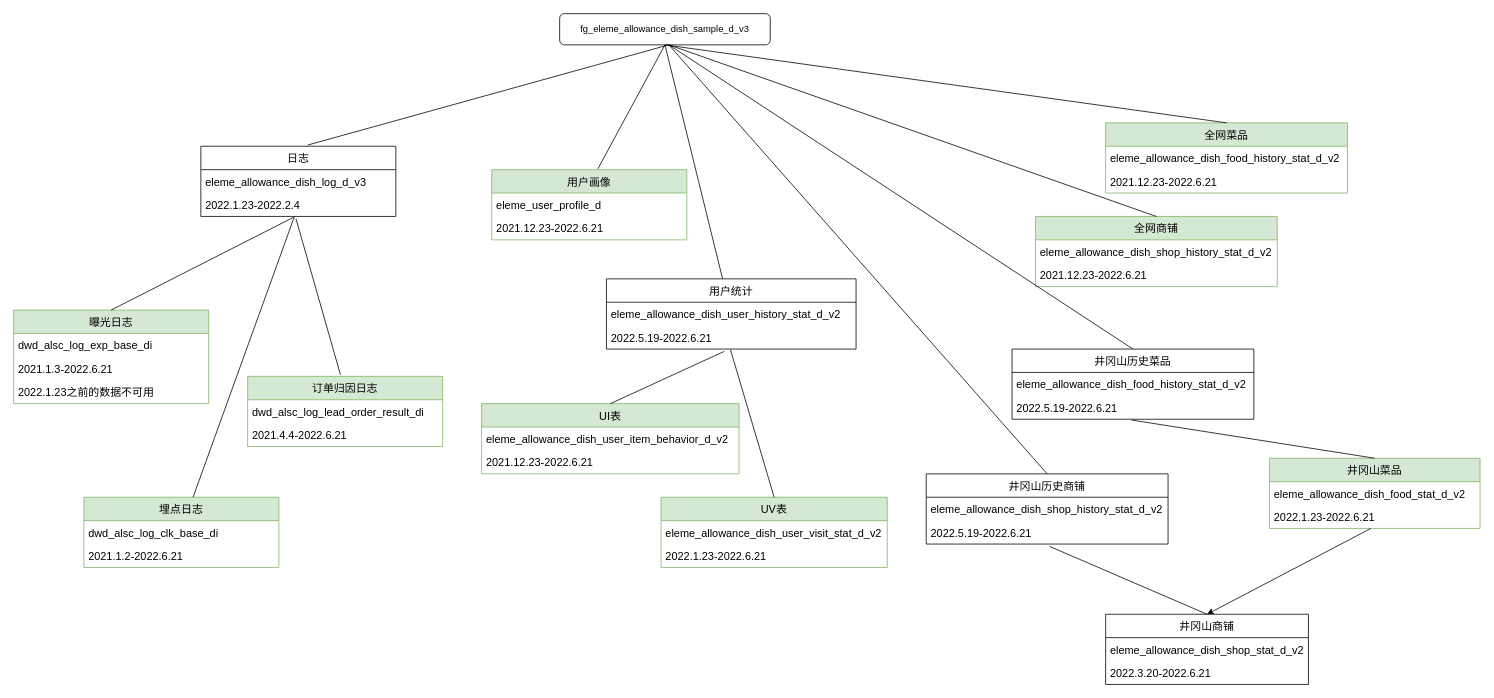
Before: Untitled Diagram.drawio in Xiaohu-D/-, a draw.io diagram. Source tidied: cells renumbered, new cells numbered last; positions are measured from the earlier drawing's top-left corner, leaving out a move shared by most shapes. Both pictures are drawn from the tidied source at 78%, with x=0, y=0 at pixel (13, 13).
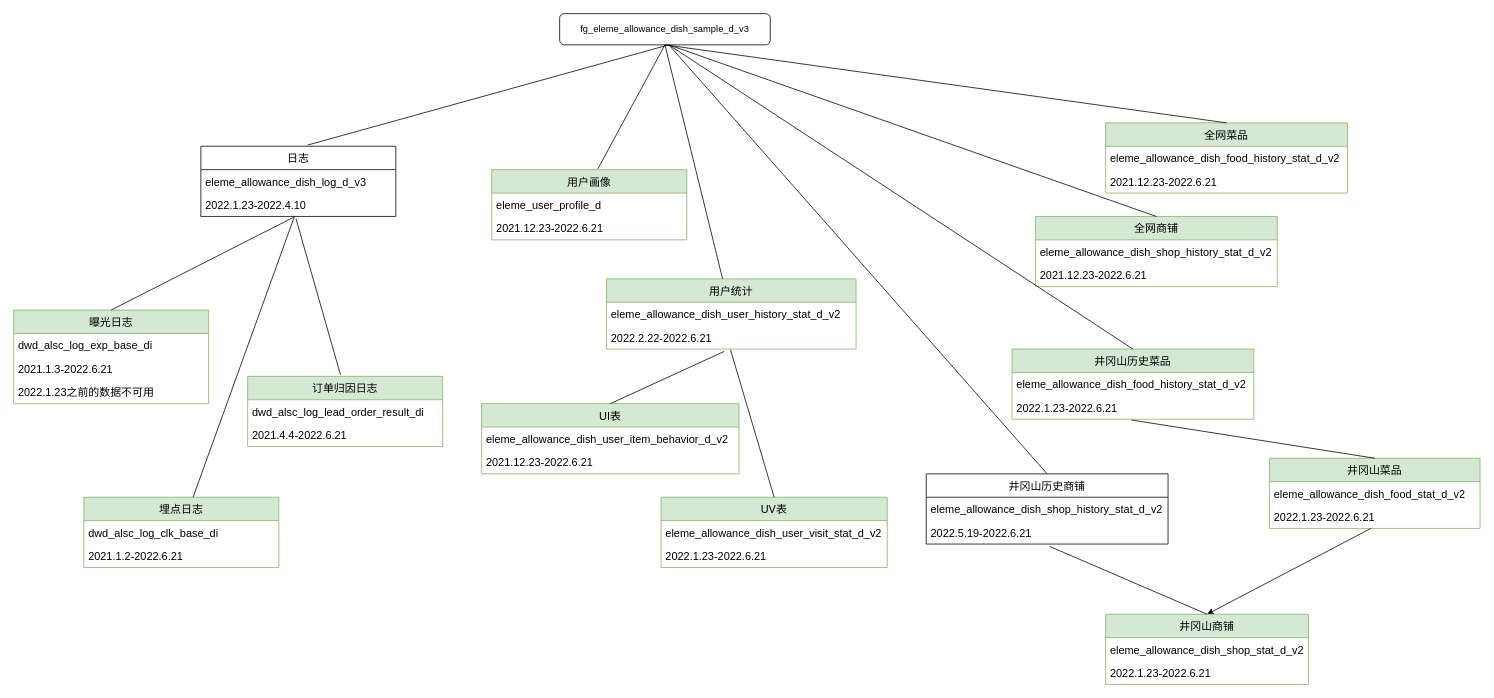
After the change.

The change refers to these unchanged cells:
```xml
<mxCell id="3" value="日志" style="swimlane;fontStyle=0;horizontal=1;startSize=30;fontSize=14;" parent="1" vertex="1">
  <mxGeometry x="240" y="170" width="250" height="90" as="geometry" />
</mxCell>
```

The edit, as a diff of the source:
```diff
@@
-    <mxCell id="5" value="2022.1.23-2022.2.4" style="text;strokeColor=none;fillColor=none;align=left;verticalAlign=middle;spacingLeft=4;spacingRight=4;overflow=hidden;points=[[0,0.5],[1,0.5]];portConstraint=eastwest;fontSize=14;" parent="3" vertex="1">
+    <mxCell id="5" value="2022.1.23-2022.4.10" style="text;strokeColor=none;fillColor=none;align=left;verticalAlign=middle;spacingLeft=4;spacingRight=4;overflow=hidden;points=[[0,0.5],[1,0.5]];portConstraint=eastwest;fontSize=14;" parent="3" vertex="1">
       <mxGeometry y="60" width="250" height="30" as="geometry" />
     </mxCell>
-    <mxCell id="6" value="井冈山历史菜品" style="swimlane;fontStyle=0;horizontal=1;startSize=30;fontSize=14;" parent="1" vertex="1">
+    <mxCell id="6" value="井冈山历史菜品" style="swimlane;fontStyle=0;horizontal=1;startSize=30;fontSize=14;fillColor=#d5e8d4;strokeColor=#82b366;" parent="1" vertex="1">
       <mxGeometry x="1280" y="430" width="310" height="90" as="geometry" />
     </mxCell>
@@
-    <mxCell id="8" value="2022.5.19-2022.6.21" style="text;strokeColor=none;fillColor=none;align=left;verticalAlign=middle;spacingLeft=4;spacingRight=4;overflow=hidden;points=[[0,0.5],[1,0.5]];portConstraint=eastwest;fontSize=14;" parent="6" vertex="1">
+    <mxCell id="8" value="2022.1.23-2022.6.21" style="text;strokeColor=none;fillColor=none;align=left;verticalAlign=middle;spacingLeft=4;spacingRight=4;overflow=hidden;points=[[0,0.5],[1,0.5]];portConstraint=eastwest;fontSize=14;" parent="6" vertex="1">
       <mxGeometry y="60" width="310" height="30" as="geometry" />
     </mxCell>
@@
-    <mxCell id="27" value="用户统计" style="swimlane;fontStyle=0;horizontal=1;startSize=30;fontSize=14;" parent="1" vertex="1">
+    <mxCell id="27" value="用户统计" style="swimlane;fontStyle=0;horizontal=1;startSize=30;fontSize=14;fillColor=#d5e8d4;strokeColor=#82b366;" parent="1" vertex="1">
       <mxGeometry x="760" y="340" width="320" height="90" as="geometry" />
     </mxCell>
@@
-    <mxCell id="29" value="2022.5.19-2022.6.21" style="text;strokeColor=none;fillColor=none;align=left;verticalAlign=middle;spacingLeft=4;spacingRight=4;overflow=hidden;points=[[0,0.5],[1,0.5]];portConstraint=eastwest;fontSize=14;" parent="27" vertex="1">
+    <mxCell id="29" value="2022.2.22-2022.6.21" style="text;strokeColor=none;fillColor=none;align=left;verticalAlign=middle;spacingLeft=4;spacingRight=4;overflow=hidden;points=[[0,0.5],[1,0.5]];portConstraint=eastwest;fontSize=14;" parent="27" vertex="1">
       <mxGeometry y="60" width="320" height="30" as="geometry" />
     </mxCell>
@@
-    <mxCell id="56" value="井冈山商铺" style="swimlane;fontStyle=0;horizontal=1;startSize=30;fontSize=14;" parent="1" vertex="1">
+    <mxCell id="56" value="井冈山商铺" style="swimlane;fontStyle=0;horizontal=1;startSize=30;fontSize=14;fillColor=#d5e8d4;strokeColor=#82b366;" parent="1" vertex="1">
       <mxGeometry x="1400" y="770" width="260" height="90" as="geometry" />
     </mxCell>
@@
-    <mxCell id="58" value="2022.3.20-2022.6.21" style="text;strokeColor=none;fillColor=none;align=left;verticalAlign=middle;spacingLeft=4;spacingRight=4;overflow=hidden;fontSize=14;" parent="56" vertex="1">
+    <mxCell id="58" value="2022.1.23-2022.6.21" style="text;strokeColor=none;fillColor=none;align=left;verticalAlign=middle;spacingLeft=4;spacingRight=4;overflow=hidden;fontSize=14;" parent="56" vertex="1">
       <mxGeometry y="60" width="260" height="30" as="geometry" />
     </mxCell>
```
